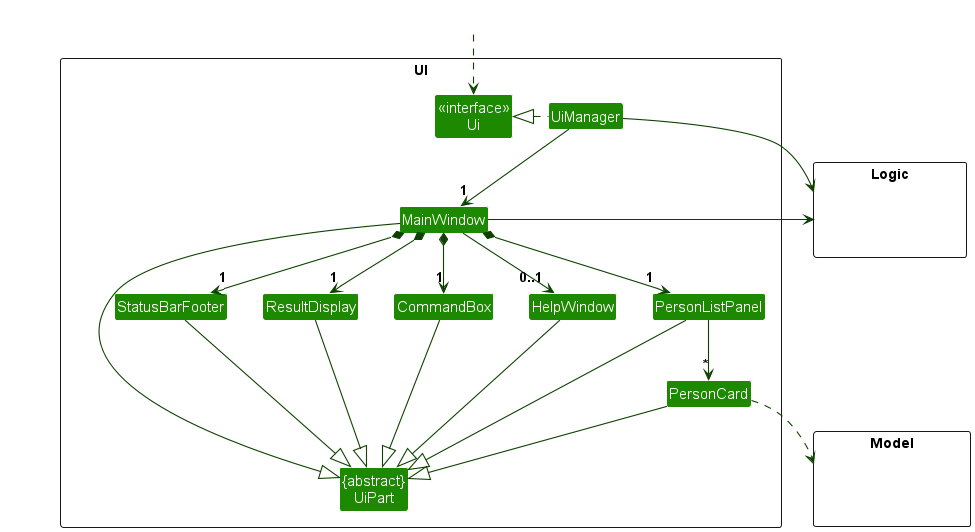
Above: docs/images/UiClassDiagram.png in nus-cs2103-AY2324S2/tp (PlantUML), before the change. Source of this version:
```plantuml
@startuml
!include style.puml
skinparam arrowThickness 1.1
skinparam arrowColor UI_COLOR_T4
skinparam classBackgroundColor UI_COLOR

package UI <<Rectangle>>{
Class "<<interface>>\nUi" as Ui
Class "{abstract}\nUiPart" as UiPart
Class UiManager
Class MainWindow
Class HelpWindow
Class ResultDisplay
Class PersonListPanel
Class PersonCard
Class StatusBarFooter
Class CommandBox
}

package Model <<Rectangle>> {
Class HiddenModel #FFFFFF
}

package Logic <<Rectangle>> {
Class HiddenLogic #FFFFFF
}

Class HiddenOutside #FFFFFF
HiddenOutside ..> Ui

UiManager .left.|> Ui
UiManager -down-> "1" MainWindow
MainWindow *-down->  "1" CommandBox
MainWindow *-down-> "1" ResultDisplay
MainWindow *-down-> "1" PersonListPanel
MainWindow *-down-> "1" StatusBarFooter
MainWindow --> "0..1" HelpWindow

PersonListPanel -down-> "*" PersonCard

MainWindow -left-|> UiPart

ResultDisplay --|> UiPart
CommandBox --|> UiPart
PersonListPanel --|> UiPart
PersonCard --|> UiPart
StatusBarFooter --|> UiPart
HelpWindow --|> UiPart

PersonCard ..> Model
UiManager -right-> Logic
MainWindow -left-> Logic

PersonListPanel -[hidden]left- HelpWindow
HelpWindow -[hidden]left- CommandBox
CommandBox -[hidden]left- ResultDisplay
ResultDisplay -[hidden]left- StatusBarFooter

MainWindow -[hidden]-|> UiPart
@enduml
```
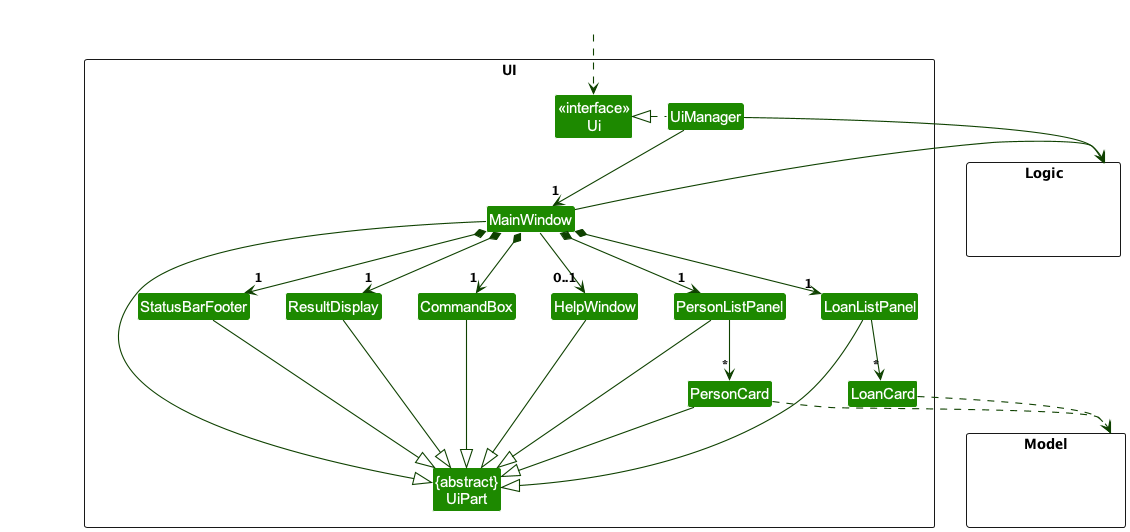
The same file after the commit.

Commit message:
Update UI Class Diagram

- Add new LoanListPanel and LoanCard classes

Change to the diagram source:
```diff
@@ -15,6 +15,8 @@
 Class PersonCard
 Class StatusBarFooter
 Class CommandBox
+Class LoanListPanel
+Class LoanCard
 }
 
 package Model <<Rectangle>> {
@@ -33,10 +35,13 @@
 MainWindow *-down->  "1" CommandBox
 MainWindow *-down-> "1" ResultDisplay
 MainWindow *-down-> "1" PersonListPanel
+MainWindow *-down-> "1" LoanListPanel
 MainWindow *-down-> "1" StatusBarFooter
 MainWindow --> "0..1" HelpWindow
 
 PersonListPanel -down-> "*" PersonCard
+
+LoanListPanel -down-> "*" LoanCard
 
 MainWindow -left-|> UiPart
 
@@ -45,13 +50,16 @@
 PersonListPanel --|> UiPart
 PersonCard --|> UiPart
 StatusBarFooter --|> UiPart
+LoanListPanel --|> UiPart
 HelpWindow --|> UiPart
 
 PersonCard ..> Model
+LoanCard ..> Model
 UiManager -right-> Logic
 MainWindow -left-> Logic
 
 PersonListPanel -[hidden]left- HelpWindow
+LoanListPanel -[hidden]left PersonListPanel
 HelpWindow -[hidden]left- CommandBox
 CommandBox -[hidden]left- ResultDisplay
 ResultDisplay -[hidden]left- StatusBarFooter
```
